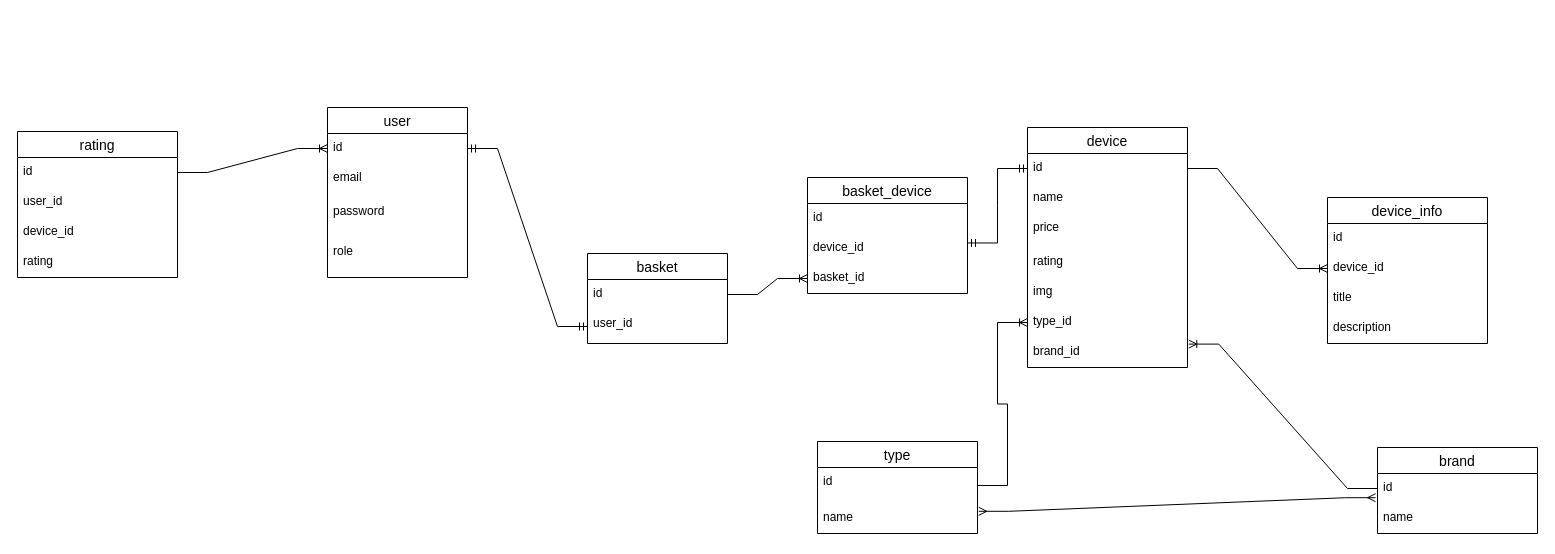
The draw.io diagram db_schema.drawio in Segnities/online-store, before the edit. Source tidied: cells renumbered, new cells numbered last; positions are measured from the earlier drawing's top-left corner, leaving out a move shared by most shapes. Both pictures are drawn from the tidied source at 100%, with x=0, y=0 at pixel (17, 47).
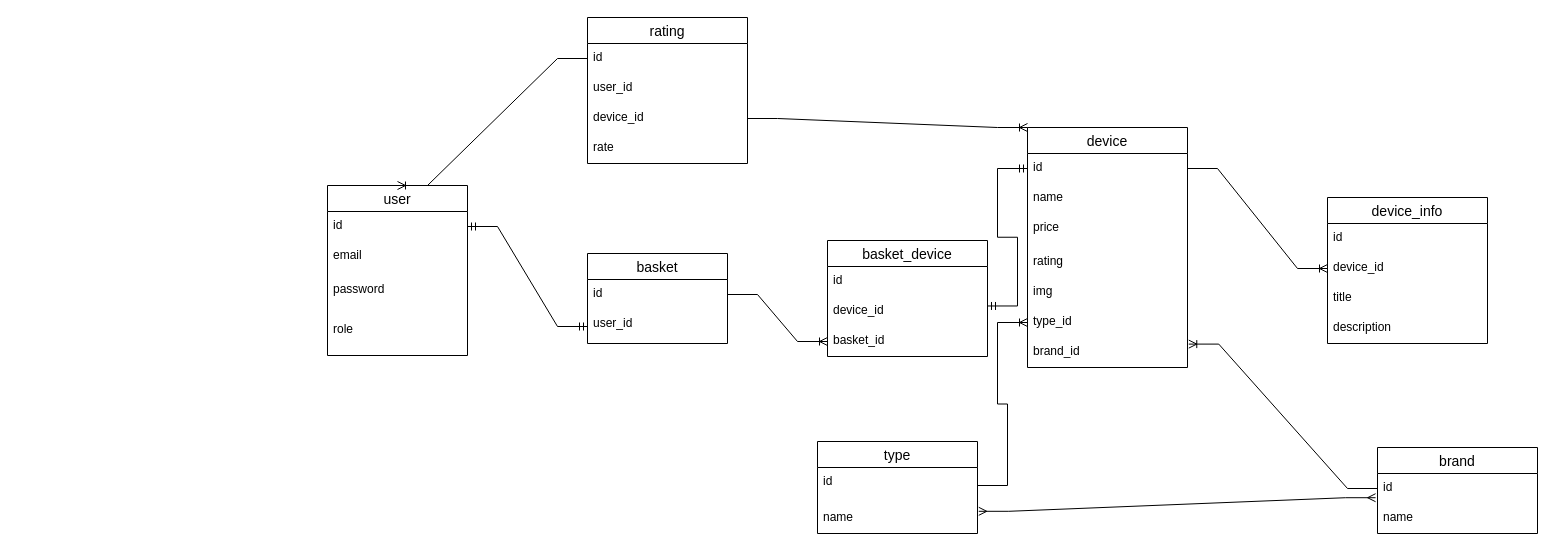
The same diagram, later.

Commit message (it also covers changes not shown here):
change dependecies in db schema + db models

Unchanged cells that the change refers to:
```xml
<mxCell id="3" value="id" style="text;strokeColor=none;fillColor=none;spacingLeft=4;spacingRight=4;overflow=hidden;points=[[0,0.5],[1,0.5]];portConstraint=eastwest;fontSize=12;whiteSpace=wrap;html=1;" parent="2" vertex="1">
  <mxGeometry y="26" width="140" height="30" as="geometry" />
</mxCell>
<mxCell id="11" value="device" style="swimlane;fontStyle=0;horizontal=1;startSize=26;align=center;fontSize=14;" parent="1" vertex="1">
  <mxGeometry x="1010" y="80" width="160" height="240" as="geometry" />
</mxCell>
<mxCell id="41" value="id" style="text;strokeColor=none;fillColor=none;spacingLeft=4;spacingRight=4;overflow=hidden;points=[[0,0.5],[1,0.5]];portConstraint=eastwest;fontSize=12;whiteSpace=wrap;html=1;" parent="40" vertex="1">
  <mxGeometry y="26" width="160" height="30" as="geometry" />
</mxCell>
<mxCell id="43" value="device_id" style="text;strokeColor=none;fillColor=none;spacingLeft=4;spacingRight=4;overflow=hidden;points=[[0,0.5],[1,0.5]];portConstraint=eastwest;fontSize=12;whiteSpace=wrap;html=1;" parent="40" vertex="1">
  <mxGeometry y="86" width="160" height="30" as="geometry" />
</mxCell>
```

The edit, as a diff of the source:
```diff
@@
     <mxCell id="2" value="user" style="swimlane;fontStyle=0;horizontal=1;startSize=26;align=center;fontSize=14;" parent="1" vertex="1">
-      <mxGeometry x="310" y="60" width="140" height="170" as="geometry" />
+      <mxGeometry x="310" y="138" width="140" height="170" as="geometry" />
     </mxCell>
@@
     <mxCell id="34" value="basket_device" style="swimlane;fontStyle=0;horizontal=1;startSize=26;align=center;fontSize=14;" parent="1" vertex="1">
-      <mxGeometry x="790" y="130" width="160" height="116" as="geometry" />
+      <mxGeometry x="810" y="193" width="160" height="116" as="geometry" />
     </mxCell>
@@
     <mxCell id="40" value="rating" style="swimlane;fontStyle=0;horizontal=1;startSize=26;align=center;fontSize=14;" parent="1" vertex="1">
-      <mxGeometry y="84" width="160" height="146" as="geometry" />
+      <mxGeometry x="570" y="-30" width="160" height="146" as="geometry" />
     </mxCell>
@@
-    <mxCell id="44" value="rating" style="text;strokeColor=none;fillColor=none;spacingLeft=4;spacingRight=4;overflow=hidden;fontSize=12;whiteSpace=wrap;html=1;" parent="40" vertex="1">
+    <mxCell id="44" value="rate" style="text;strokeColor=none;fillColor=none;spacingLeft=4;spacingRight=4;overflow=hidden;fontSize=12;whiteSpace=wrap;html=1;" parent="40" vertex="1">
       <mxGeometry y="116" width="160" height="30" as="geometry" />
     </mxCell>
-    <mxCell id="45" style="edgeStyle=entityRelationEdgeStyle;fontSize=12;html=1;endArrow=ERoneToMany;rounded=0;entryX=0;entryY=0.5;entryDx=0;entryDy=0;" parent="1" edge="1" source="41" target="3">
-      <mxGeometry relative="1" as="geometry">
-        <Array as="points">
-          <mxPoint x="242.9" y="457.9" />
-          <mxPoint x="290" y="420" />
-          <mxPoint x="402.9" y="387.9" />
-          <mxPoint x="402.9" y="397.9" />
-          <mxPoint x="62.9" y="445.9" />
-          <mxPoint x="232.9" y="306.9" />
-          <mxPoint x="192.9" y="276.9" />
-          <mxPoint x="82.9" y="415.9" />
-        </Array>
-      </mxGeometry>
-    </mxCell>
+    <mxCell id="46" style="edgeStyle=entityRelationEdgeStyle;fontSize=12;html=1;endArrow=ERoneToMany;rounded=0;exitX=1;exitY=0.5;exitDx=0;exitDy=0;entryX=0;entryY=0;entryDx=0;entryDy=0;" parent="1" edge="1" source="43" target="11">
+      <mxGeometry relative="1" as="geometry" />
+    </mxCell>
+    <mxCell id="47" style="edgeStyle=entityRelationEdgeStyle;fontSize=12;html=1;endArrow=ERoneToMany;rounded=0;entryX=0.5;entryY=0;entryDx=0;entryDy=0;exitX=0;exitY=0.5;exitDx=0;exitDy=0;" parent="1" edge="1" source="41" target="2">
+      <mxGeometry relative="1" as="geometry" />
+    </mxCell>
```
